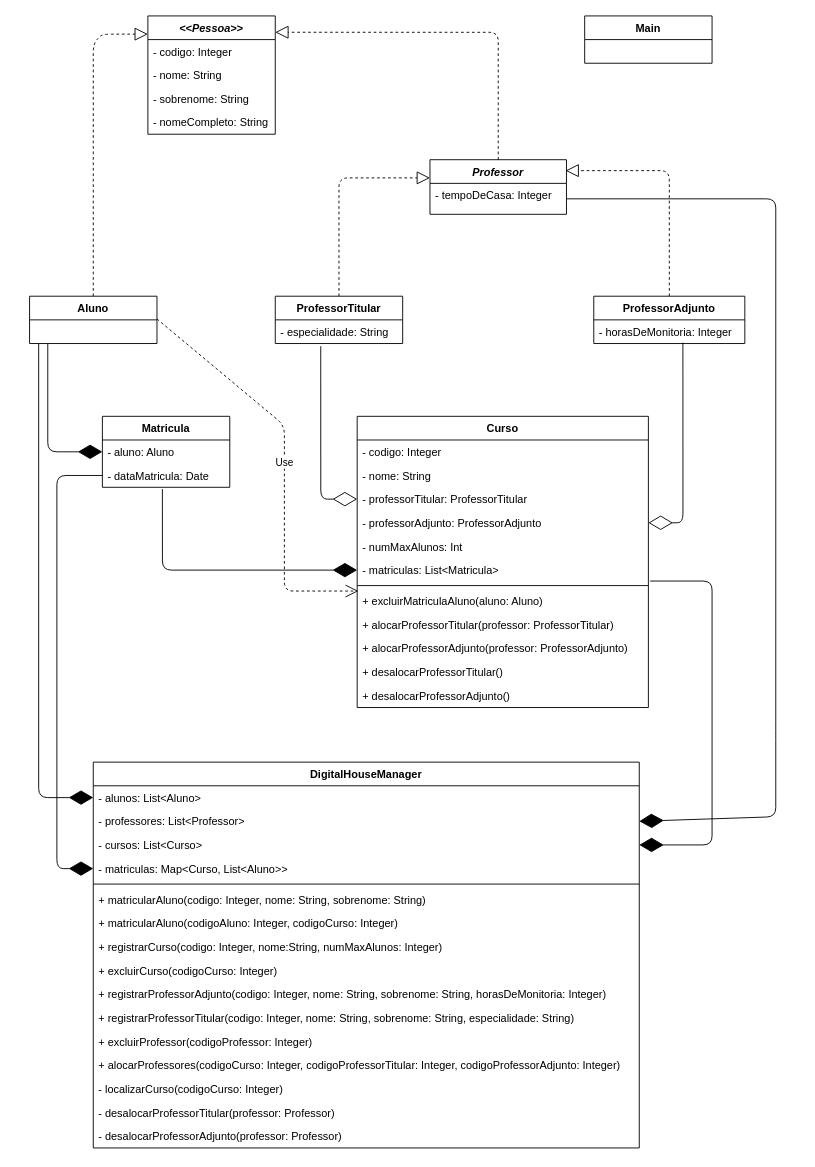
The draw.io diagram Diagrama.drawio in abraaofaco/desafio-oop-kotlin-dh, before the edit. Source tidied: cells renumbered, new cells numbered last; positions are measured from the earlier drawing's top-left corner, leaving out a move shared by most shapes. Both pictures are drawn from the tidied source at 91%, with x=0, y=0 at pixel (29, 15).
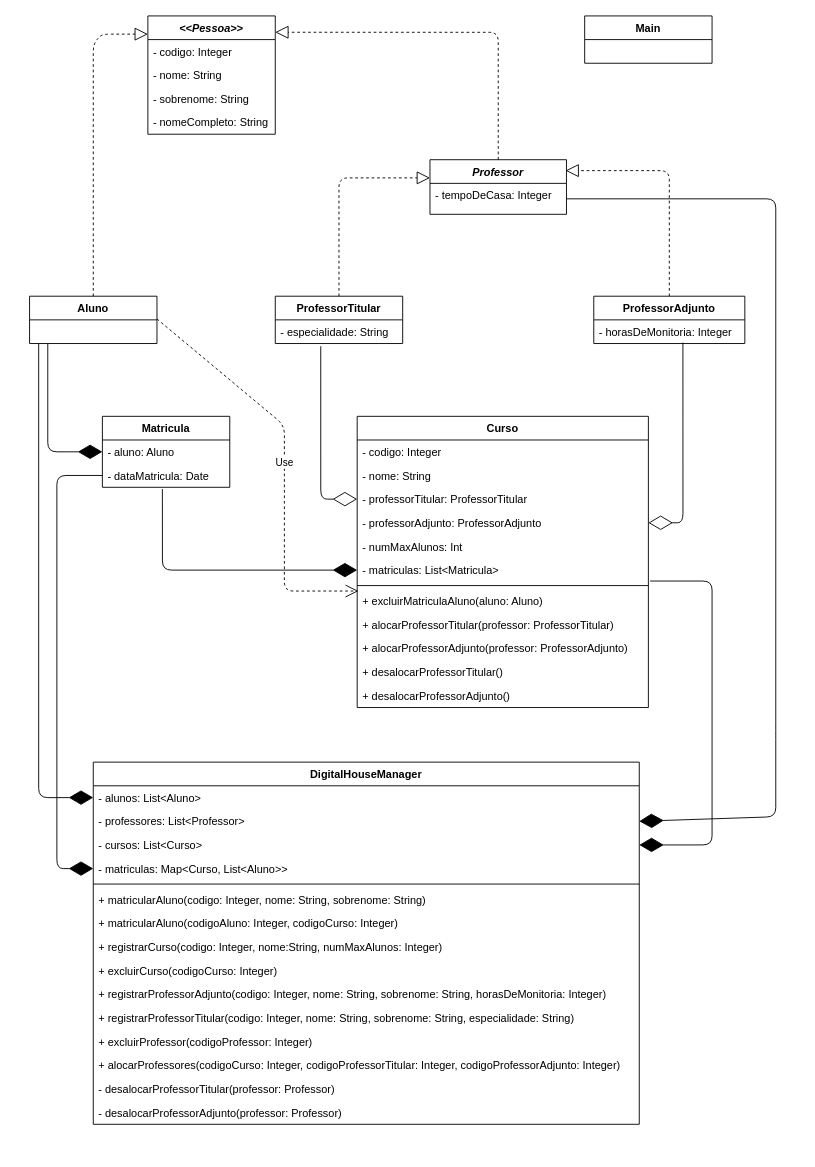
The same diagram, later.

The edit, as a diff of the source:
```diff
@@
     <mxCell id="44" value="DigitalHouseManager" style="swimlane;fontStyle=1;align=center;verticalAlign=top;horizontal=1;startSize=26;" parent="1" vertex="1">
-      <mxGeometry x="70" y="820" width="600" height="424" as="geometry" />
+      <mxGeometry x="70" y="820" width="600" height="398" as="geometry" />
     </mxCell>
@@
-    <mxCell id="58" value="- localizarCurso(codigoCurso: Integer)" style="text;strokeColor=none;fillColor=none;align=left;verticalAlign=top;spacingLeft=4;spacingRight=4;overflow=hidden;" parent="44" vertex="1">
-      <mxGeometry y="346" width="600" height="26" as="geometry" />
-    </mxCell>
     <mxCell id="59" value="- desalocarProfessorTitular(professor: Professor)" style="text;strokeColor=none;fillColor=none;align=left;verticalAlign=top;spacingLeft=4;spacingRight=4;overflow=hidden;" parent="44" vertex="1">
-      <mxGeometry y="372" width="600" height="26" as="geometry" />
+      <mxGeometry y="346" width="600" height="26" as="geometry" />
     </mxCell>
     <mxCell id="60" value="- desalocarProfessorAdjunto(professor: Professor)" style="text;strokeColor=none;fillColor=none;align=left;verticalAlign=top;spacingLeft=4;spacingRight=4;overflow=hidden;" parent="44" vertex="1">
-      <mxGeometry y="398" width="600" height="26" as="geometry" />
+      <mxGeometry y="372" width="600" height="26" as="geometry" />
     </mxCell>
```
